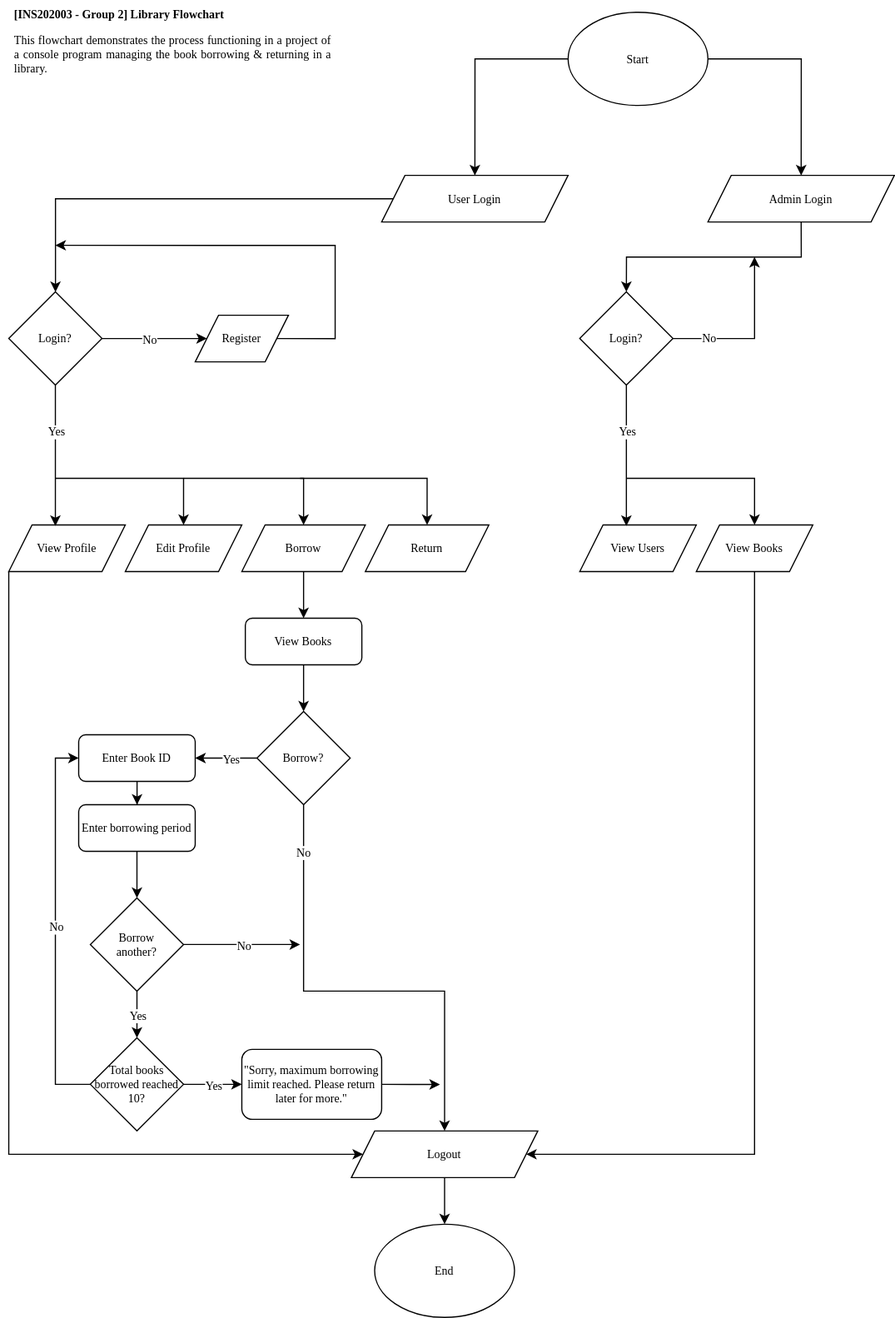
caracheese/INS2020-library-project keeps this draw.io diagram as Library Flowchart.svg. Above is the earlier version. Source tidied: cells renumbered, new cells last; positions are measured from the earlier drawing's top-left corner, leaving out a move shared by most shapes.
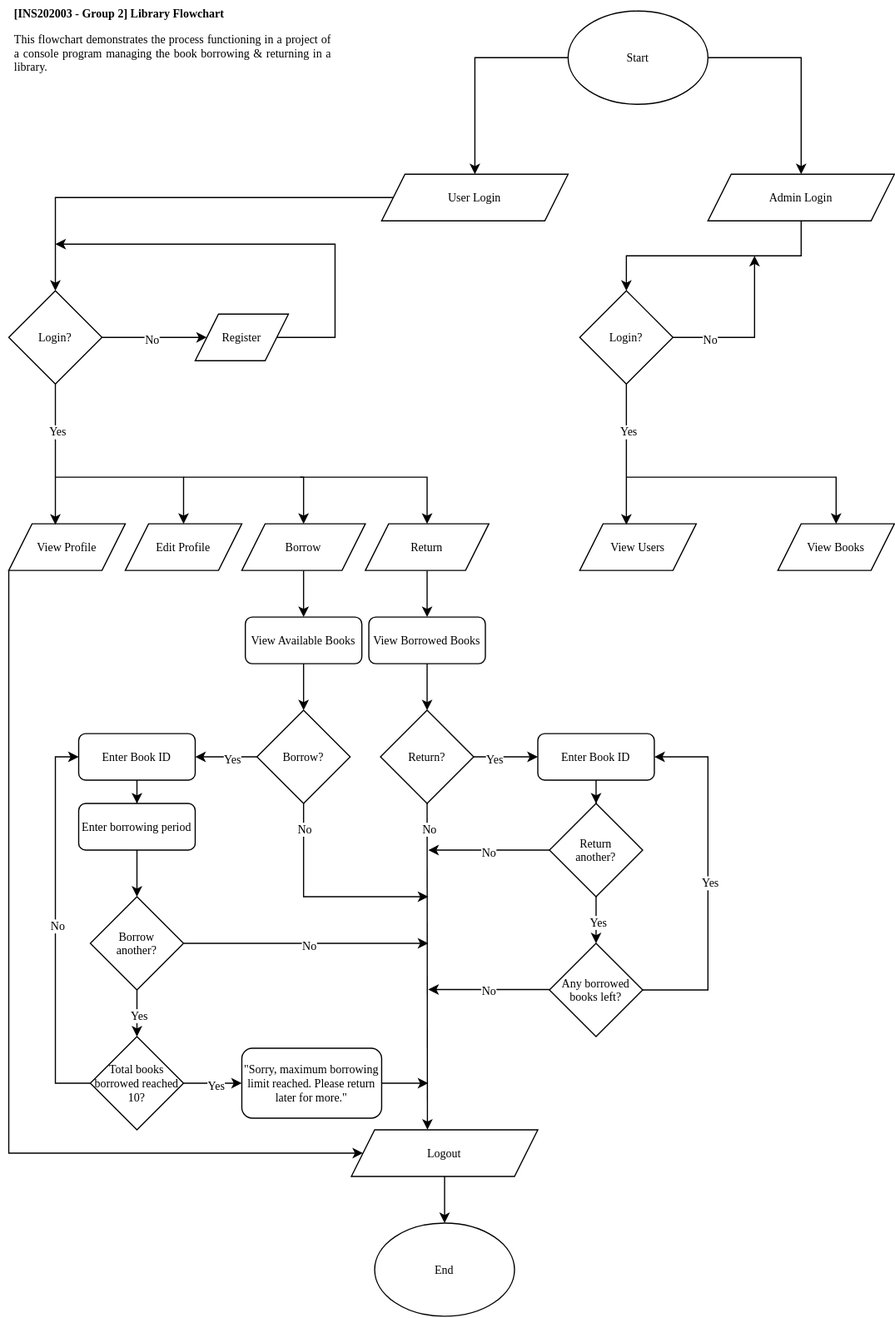
The same file after the commit.

The edit, as a diff of the source:
```diff
@@ -61,6 +61,9 @@
     <mxCell id="18" value="Borrow" style="shape=parallelogram;perimeter=parallelogramPerimeter;whiteSpace=wrap;html=1;fixedSize=1;fontFamily=Georgia;fontSize=10;" parent="1" vertex="1">
       <mxGeometry x="200" y="440" width="106" height="40" as="geometry" />
     </mxCell>
+    <mxCell id="61" style="edgeStyle=orthogonalEdgeStyle;rounded=0;jettySize=auto;html=1;exitX=0.5;exitY=1;exitDx=0;exitDy=0;entryX=0.5;entryY=0;entryDx=0;entryDy=0;fontFamily=Georgia;fontSize=10;" parent="1" edge="1" source="19" target="63">
+      <mxGeometry relative="1" as="geometry" />
+    </mxCell>
     <mxCell id="19" value="Return" style="shape=parallelogram;perimeter=parallelogramPerimeter;whiteSpace=wrap;html=1;fixedSize=1;fontFamily=Georgia;fontSize=10;" parent="1" vertex="1">
       <mxGeometry x="306" y="440" width="106" height="40" as="geometry" />
     </mxCell>
@@ -126,13 +129,13 @@
       <mxGeometry x="490" y="440" width="100" height="40" as="geometry" />
     </mxCell>
     <mxCell id="32" value="View Books" style="shape=parallelogram;perimeter=parallelogramPerimeter;whiteSpace=wrap;html=1;fixedSize=1;fontFamily=Georgia;fontSize=10;" parent="1" vertex="1">
-      <mxGeometry x="590" y="440" width="100" height="40" as="geometry" />
+      <mxGeometry x="660" y="440" width="100" height="40" as="geometry" />
     </mxCell>
     <mxCell id="33" style="endArrow=classic;html=1;rounded=0;entryX=0.5;entryY=0;entryDx=0;entryDy=0;fontFamily=Georgia;fontSize=10;" parent="1" edge="1" target="32">
       <mxGeometry relative="1" as="geometry">
         <mxPoint x="530" y="400" as="sourcePoint" />
         <Array as="points">
-          <mxPoint x="640" y="400" />
+          <mxPoint x="710" y="400" />
         </Array>
       </mxGeometry>
     </mxCell>
@@ -144,13 +147,6 @@
         <mxPoint y="-21" as="offset" />
       </mxGeometry>
     </mxCell>
-    <mxCell id="36" style="endArrow=classic;html=1;rounded=0;entryX=1;entryY=0.5;entryDx=0;entryDy=0;exitX=0.5;exitY=1;exitDx=0;exitDy=0;fontFamily=Georgia;fontSize=10;" parent="1" edge="1" source="32" target="25">
-      <mxGeometry relative="1" as="geometry">
-        <Array as="points">
-          <mxPoint x="640" y="980" />
-        </Array>
-      </mxGeometry>
-    </mxCell>
     <mxCell id="37" style="endArrow=classic;html=1;rounded=0;exitX=0;exitY=1;exitDx=0;exitDy=0;entryX=0;entryY=0.5;entryDx=0;entryDy=0;fontFamily=Georgia;fontSize=10;" parent="1" edge="1" source="15" target="25">
       <mxGeometry relative="1" as="geometry">
         <Array as="points">
@@ -161,25 +157,12 @@
     <mxCell id="38" style="edgeStyle=orthogonalEdgeStyle;rounded=0;jettySize=auto;html=1;exitX=0.5;exitY=1;exitDx=0;exitDy=0;entryX=0.5;entryY=0;entryDx=0;entryDy=0;fontFamily=Georgia;fontSize=10;" parent="1" edge="1" source="39" target="40">
       <mxGeometry relative="1" as="geometry" />
     </mxCell>
-    <mxCell id="39" value="View Books" style="rounded=1;whiteSpace=wrap;html=1;fontFamily=Georgia;fontSize=10;" parent="1" vertex="1">
+    <mxCell id="39" value="View Available Books" style="rounded=1;whiteSpace=wrap;html=1;fontFamily=Georgia;fontSize=10;" parent="1" vertex="1">
       <mxGeometry x="203" y="520" width="100" height="40" as="geometry" />
     </mxCell>
     <mxCell id="40" value="Borrow?" style="rhombus;whiteSpace=wrap;html=1;fontFamily=Georgia;fontSize=10;" parent="1" vertex="1">
       <mxGeometry x="213" y="600" width="80" height="80" as="geometry" />
     </mxCell>
-    <mxCell id="41" style="endArrow=classic;html=1;rounded=0;exitX=0.5;exitY=1;exitDx=0;exitDy=0;entryX=0.5;entryY=0;entryDx=0;entryDy=0;fontFamily=Georgia;fontSize=10;" parent="1" edge="1" source="40" target="25">
-      <mxGeometry relative="1" as="geometry">
-        <Array as="points">
-          <mxPoint x="253" y="840" />
-          <mxPoint x="374" y="840" />
-        </Array>
-      </mxGeometry>
-    </mxCell>
-    <mxCell id="42" value="No" style="edgeLabel;html=1;align=center;verticalAlign=middle;fontFamily=Georgia;fontSize=10;" parent="41" vertex="1">
-      <mxGeometry relative="1" as="geometry">
-        <mxPoint x="-41" y="-120" as="offset" />
-      </mxGeometry>
-    </mxCell>
     <mxCell id="43" style="endArrow=classic;html=1;rounded=0;exitX=0;exitY=0.5;exitDx=0;exitDy=0;entryX=1;entryY=0.5;entryDx=0;entryDy=0;fontFamily=Georgia;fontSize=10;" parent="1" edge="1" source="40" target="46">
       <mxGeometry relative="1" as="geometry" />
     </mxCell>
@@ -205,7 +188,7 @@
     </mxCell>
     <mxCell id="50" style="endArrow=classic;html=1;rounded=0;exitX=1;exitY=0.5;exitDx=0;exitDy=0;fontFamily=Georgia;fontSize=10;" parent="1" edge="1" source="49">
       <mxGeometry relative="1" as="geometry">
-        <mxPoint x="250" y="800" as="targetPoint" />
+        <mxPoint x="360" y="800" as="targetPoint" />
       </mxGeometry>
     </mxCell>
     <mxCell id="51" value="No" style="edgeLabel;html=1;align=center;verticalAlign=middle;fontFamily=Georgia;fontSize=10;" parent="50" vertex="1">
@@ -239,11 +222,99 @@
     </mxCell>
     <mxCell id="59" style="edgeStyle=orthogonalEdgeStyle;rounded=0;jettySize=auto;html=1;exitX=1;exitY=0.5;exitDx=0;exitDy=0;fontFamily=Georgia;fontSize=10;" parent="1" edge="1" source="60">
       <mxGeometry relative="1" as="geometry">
-        <mxPoint x="370" y="920.1" as="targetPoint" />
+        <mxPoint x="360" y="920" as="targetPoint" />
+        <Array as="points">
+          <mxPoint x="360" y="920" />
+          <mxPoint x="360" y="920" />
+        </Array>
       </mxGeometry>
     </mxCell>
     <mxCell id="60" value="&quot;Sorry, maximum borrowing limit reached. Please return later for more.&quot;" style="rounded=1;whiteSpace=wrap;html=1;fontFamily=Georgia;fontSize=10;" parent="1" vertex="1">
       <mxGeometry x="200" y="890" width="120" height="60" as="geometry" />
     </mxCell>
+    <mxCell id="62" style="edgeStyle=orthogonalEdgeStyle;rounded=0;jettySize=auto;html=1;exitX=0.5;exitY=1;exitDx=0;exitDy=0;entryX=0.5;entryY=0;entryDx=0;entryDy=0;fontFamily=Georgia;fontSize=10;" parent="1" edge="1" source="63" target="64">
+      <mxGeometry relative="1" as="geometry" />
+    </mxCell>
+    <mxCell id="63" value="View Borrowed Books" style="rounded=1;whiteSpace=wrap;html=1;fontFamily=Georgia;fontSize=10;" parent="1" vertex="1">
+      <mxGeometry x="309" y="520" width="100" height="40" as="geometry" />
+    </mxCell>
+    <mxCell id="64" value="Return?" style="rhombus;whiteSpace=wrap;html=1;fontFamily=Georgia;fontSize=10;" parent="1" vertex="1">
+      <mxGeometry x="319" y="600" width="80" height="80" as="geometry" />
+    </mxCell>
+    <mxCell id="65" style="endArrow=classic;html=1;rounded=0;exitX=1;exitY=0.5;exitDx=0;exitDy=0;fontFamily=Georgia;fontSize=10;entryX=0;entryY=0.5;entryDx=0;entryDy=0;" parent="1" edge="1" source="64" target="72">
+      <mxGeometry relative="1" as="geometry" />
+    </mxCell>
+    <mxCell id="66" value="Yes" style="edgeLabel;html=1;align=center;verticalAlign=middle;fontFamily=Georgia;fontSize=10;" parent="65" vertex="1">
+      <mxGeometry relative="1" as="geometry">
+        <mxPoint x="-10" as="offset" />
+      </mxGeometry>
+    </mxCell>
+    <mxCell id="67" style="endArrow=classic;html=1;rounded=0;fontFamily=Georgia;fontSize=10;exitX=0.5;exitY=1;exitDx=0;exitDy=0;entryX=0.408;entryY=-0.002;entryDx=0;entryDy=0;entryPerimeter=0;" parent="1" edge="1" source="64" target="25">
+      <mxGeometry relative="1" as="geometry" />
+    </mxCell>
+    <mxCell id="68" value="No" style="edgeLabel;html=1;align=center;verticalAlign=middle;fontFamily=Georgia;fontSize=10;" parent="67" vertex="1">
+      <mxGeometry relative="1" as="geometry">
+        <mxPoint y="-120" as="offset" />
+      </mxGeometry>
+    </mxCell>
+    <mxCell id="69" style="endArrow=classic;html=1;rounded=0;fontFamily=Georgia;fontSize=10;exitX=0.5;exitY=1;exitDx=0;exitDy=0;" parent="1" edge="1" source="40">
+      <mxGeometry relative="1" as="geometry">
+        <mxPoint x="360" y="760" as="targetPoint" />
+        <Array as="points">
+          <mxPoint x="253" y="760" />
+        </Array>
+      </mxGeometry>
+    </mxCell>
+    <mxCell id="70" value="No" style="edgeLabel;html=1;align=center;verticalAlign=middle;fontFamily=Georgia;fontSize=10;" parent="69" vertex="1">
+      <mxGeometry relative="1" as="geometry">
+        <mxPoint x="-14" y="-60" as="offset" />
+      </mxGeometry>
+    </mxCell>
+    <mxCell id="71" style="edgeStyle=orthogonalEdgeStyle;rounded=0;jettySize=auto;html=1;fontFamily=Georgia;fontSize=10;entryX=0.5;entryY=0;entryDx=0;entryDy=0;" parent="1" edge="1" source="72" target="73">
+      <mxGeometry relative="1" as="geometry" />
+    </mxCell>
+    <mxCell id="72" value="Enter Book ID" style="rounded=1;whiteSpace=wrap;html=1;fontFamily=Georgia;fontSize=10;" parent="1" vertex="1">
+      <mxGeometry x="454" y="620" width="100" height="40" as="geometry" />
+    </mxCell>
+    <mxCell id="73" value="Return&lt;br&gt;another?" style="rhombus;whiteSpace=wrap;html=1;fontFamily=Georgia;fontSize=10;" parent="1" vertex="1">
+      <mxGeometry x="464" y="680" width="80" height="80" as="geometry" />
+    </mxCell>
+    <mxCell id="74" value="Any borrowed books left?" style="rhombus;whiteSpace=wrap;html=1;fontFamily=Georgia;fontSize=10;" parent="1" vertex="1">
+      <mxGeometry x="464" y="800" width="80" height="80" as="geometry" />
+    </mxCell>
+    <mxCell id="75" style="endArrow=classic;html=1;rounded=0;fontFamily=Georgia;fontSize=10;exitX=0.5;exitY=1;exitDx=0;exitDy=0;entryX=0.5;entryY=0;entryDx=0;entryDy=0;" parent="1" edge="1" source="73" target="74">
+      <mxGeometry relative="1" as="geometry" />
+    </mxCell>
+    <mxCell id="76" value="Yes" style="edgeLabel;html=1;align=center;verticalAlign=middle;fontFamily=Georgia;fontSize=10;" parent="75" vertex="1">
+      <mxGeometry relative="1" as="geometry" />
+    </mxCell>
+    <mxCell id="77" style="endArrow=classic;html=1;rounded=0;fontFamily=Georgia;fontSize=10;exitX=0;exitY=0.5;exitDx=0;exitDy=0;" parent="1" edge="1" source="73">
+      <mxGeometry relative="1" as="geometry">
+        <mxPoint x="360" y="720" as="targetPoint" />
+      </mxGeometry>
+    </mxCell>
+    <mxCell id="78" value="No" style="edgeLabel;html=1;align=center;verticalAlign=middle;fontFamily=Georgia;fontSize=10;" parent="77" vertex="1">
+      <mxGeometry relative="1" as="geometry" />
+    </mxCell>
+    <mxCell id="79" style="endArrow=classic;html=1;rounded=0;fontFamily=Georgia;fontSize=10;exitX=1;exitY=0.5;exitDx=0;exitDy=0;entryX=1;entryY=0.5;entryDx=0;entryDy=0;" parent="1" edge="1" source="74" target="72">
+      <mxGeometry relative="1" as="geometry">
+        <Array as="points">
+          <mxPoint x="600" y="840" />
+          <mxPoint x="600" y="640" />
+        </Array>
+      </mxGeometry>
+    </mxCell>
+    <mxCell id="80" value="Yes" style="edgeLabel;html=1;align=center;verticalAlign=middle;fontFamily=Georgia;fontSize=10;" parent="79" vertex="1">
+      <mxGeometry relative="1" as="geometry" />
+    </mxCell>
+    <mxCell id="81" style="endArrow=classic;html=1;rounded=0;fontFamily=Georgia;fontSize=10;exitX=0;exitY=0.5;exitDx=0;exitDy=0;" parent="1" edge="1">
+      <mxGeometry relative="1" as="geometry">
+        <mxPoint x="464" y="839.6" as="sourcePoint" />
+        <mxPoint x="360" y="839.6" as="targetPoint" />
+      </mxGeometry>
+    </mxCell>
+    <mxCell id="82" value="No" style="edgeLabel;html=1;align=center;verticalAlign=middle;fontFamily=Georgia;fontSize=10;" parent="81" vertex="1">
+      <mxGeometry relative="1" as="geometry" />
+    </mxCell>
   </root>
 </mxGraphModel>
```
